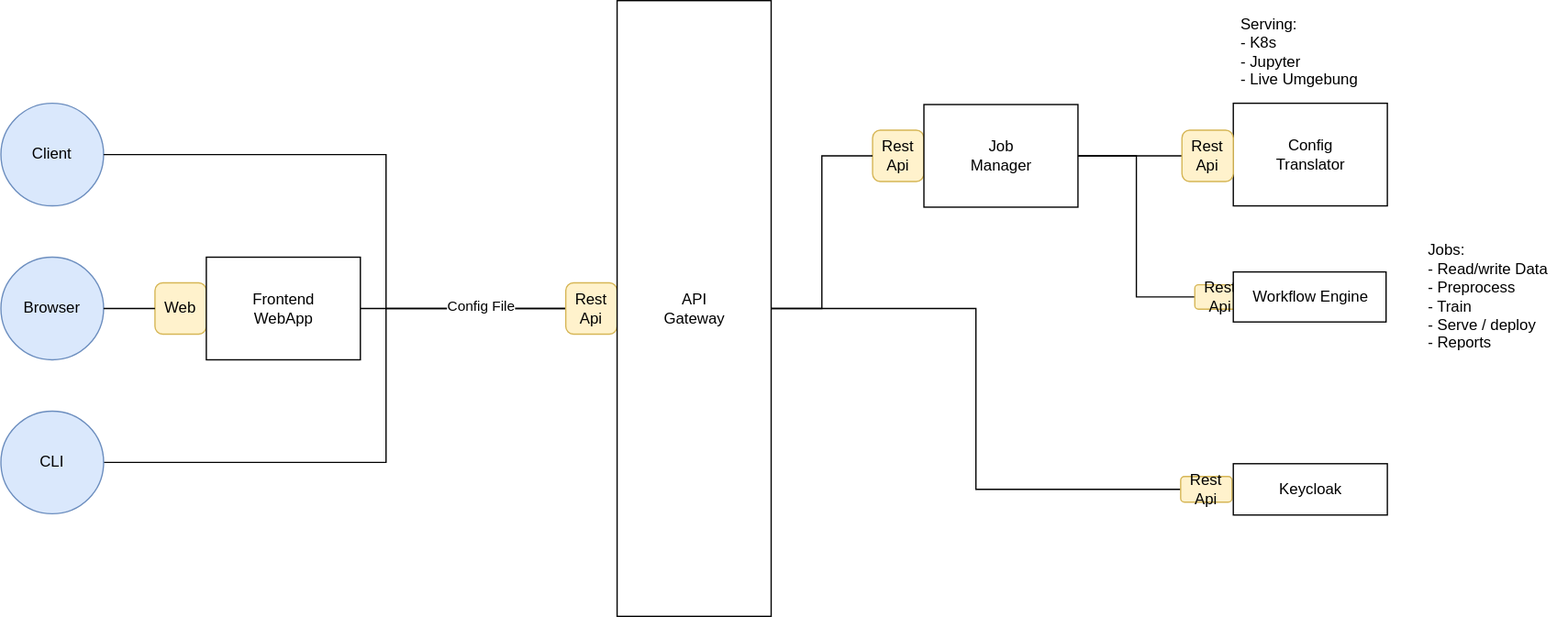
WOGRA-AG/os4ml-docs keeps this draw.io diagram as docs/assets/Os4ML-Services.svg. Above is the earlier version. Source tidied: cells renumbered, new cells last; positions are measured from the earlier drawing's top-left corner, leaving out a move shared by most shapes. Source of this version:
```xml
<mxGraphModel>
  <root>
    <mxCell id="0" />
    <mxCell id="1" parent="0" />
    <mxCell id="2" value="&lt;div&gt;Client&lt;/div&gt;" style="ellipse;whiteSpace=wrap;html=1;fillColor=#dae8fc;strokeColor=#6c8ebf;" parent="1" vertex="1">
      <mxGeometry y="80" width="80" height="80" as="geometry" />
    </mxCell>
    <mxCell id="3" value="Browser" style="ellipse;whiteSpace=wrap;html=1;fillColor=#dae8fc;strokeColor=#6c8ebf;" parent="1" vertex="1">
      <mxGeometry y="200" width="80" height="80" as="geometry" />
    </mxCell>
    <mxCell id="4" value="Web" style="rounded=1;whiteSpace=wrap;html=1;fillColor=#fff2cc;strokeColor=#d6b656;" parent="1" vertex="1">
      <mxGeometry x="120" y="220" width="40" height="40" as="geometry" />
    </mxCell>
    <mxCell id="5" style="endArrow=none;html=1;exitX=1;exitY=0.5;exitDx=0;exitDy=0;entryX=0;entryY=0.5;entryDx=0;entryDy=0;" parent="1" edge="1" source="3" target="4">
      <mxGeometry relative="1" as="geometry" />
    </mxCell>
    <mxCell id="6" style="edgeStyle=orthogonalEdgeStyle;rounded=0;jettySize=auto;html=1;exitX=1;exitY=0.5;exitDx=0;exitDy=0;entryX=0;entryY=0.5;entryDx=0;entryDy=0;endArrow=none;endFill=0;" parent="1" edge="1" source="7" target="14">
      <mxGeometry relative="1" as="geometry" />
    </mxCell>
    <mxCell id="7" value="&lt;div&gt;Frontend&lt;/div&gt;&lt;div&gt;WebApp&lt;br&gt;&lt;/div&gt;" style="html=1;" parent="1" vertex="1">
      <mxGeometry x="160" y="200" width="120" height="80" as="geometry" />
    </mxCell>
    <mxCell id="8" value="&lt;div&gt;Rest&lt;/div&gt;&lt;div&gt;Api&lt;br&gt;&lt;/div&gt;" style="rounded=1;whiteSpace=wrap;html=1;fillColor=#fff2cc;strokeColor=#d6b656;" parent="1" vertex="1">
      <mxGeometry x="679" y="101" width="40" height="40" as="geometry" />
    </mxCell>
    <mxCell id="9" style="edgeStyle=orthogonalEdgeStyle;rounded=0;jettySize=auto;html=1;entryX=0;entryY=0.5;entryDx=0;entryDy=0;endArrow=none;endFill=0;" parent="1" edge="1" source="11" target="21">
      <mxGeometry relative="1" as="geometry" />
    </mxCell>
    <mxCell id="10" style="edgeStyle=orthogonalEdgeStyle;rounded=0;jettySize=auto;html=1;entryX=0;entryY=0.5;entryDx=0;entryDy=0;endArrow=none;endFill=0;" parent="1" edge="1" source="11" target="19">
      <mxGeometry relative="1" as="geometry" />
    </mxCell>
    <mxCell id="11" value="&lt;div&gt;Job&lt;/div&gt;&lt;div&gt;Manager&lt;/div&gt;" style="html=1;" parent="1" vertex="1">
      <mxGeometry x="719" y="81" width="120" height="80" as="geometry" />
    </mxCell>
    <mxCell id="12" style="edgeStyle=orthogonalEdgeStyle;rounded=0;jettySize=auto;html=1;exitX=0;exitY=0.5;exitDx=0;exitDy=0;entryX=1;entryY=0.5;entryDx=0;entryDy=0;endArrow=none;endFill=0;" parent="1" edge="1" source="14" target="2">
      <mxGeometry relative="1" as="geometry">
        <Array as="points">
          <mxPoint x="300" y="240" />
          <mxPoint x="300" y="120" />
        </Array>
      </mxGeometry>
    </mxCell>
    <mxCell id="13" value="Config File" style="edgeLabel;html=1;align=center;verticalAlign=middle;" parent="12" vertex="1">
      <mxGeometry x="-0.55" y="-3" relative="1" as="geometry">
        <mxPoint x="40" as="offset" />
      </mxGeometry>
    </mxCell>
    <mxCell id="14" value="&lt;div&gt;Rest&lt;/div&gt;&lt;div&gt;Api&lt;br&gt;&lt;/div&gt;" style="rounded=1;whiteSpace=wrap;html=1;fillColor=#fff2cc;strokeColor=#d6b656;" parent="1" vertex="1">
      <mxGeometry x="440" y="220" width="40" height="40" as="geometry" />
    </mxCell>
    <mxCell id="15" style="edgeStyle=orthogonalEdgeStyle;rounded=0;jettySize=auto;html=1;entryX=0;entryY=0.5;entryDx=0;entryDy=0;endArrow=none;endFill=0;" parent="1" edge="1" source="17" target="8">
      <mxGeometry relative="1" as="geometry" />
    </mxCell>
    <mxCell id="16" style="edgeStyle=orthogonalEdgeStyle;rounded=0;jettySize=auto;html=1;entryX=0;entryY=0.5;entryDx=0;entryDy=0;endArrow=none;endFill=0;" parent="1" edge="1" source="17" target="22">
      <mxGeometry relative="1" as="geometry" />
    </mxCell>
    <mxCell id="17" value="&lt;div&gt;API&lt;/div&gt;&lt;div&gt;Gateway&lt;br&gt;&lt;/div&gt;" style="html=1;" parent="1" vertex="1">
      <mxGeometry x="480" width="120" height="480" as="geometry" />
    </mxCell>
    <mxCell id="18" value="&lt;div&gt;Config&lt;br&gt;&lt;/div&gt;&lt;div&gt;Translator&lt;br&gt;&lt;/div&gt;" style="html=1;" parent="1" vertex="1">
      <mxGeometry x="960" y="80" width="120" height="80" as="geometry" />
    </mxCell>
    <mxCell id="19" value="&lt;div&gt;Rest&lt;/div&gt;&lt;div&gt;Api&lt;br&gt;&lt;/div&gt;" style="rounded=1;whiteSpace=wrap;html=1;fillColor=#fff2cc;strokeColor=#d6b656;" parent="1" vertex="1">
      <mxGeometry x="930" y="221.5" width="40" height="19" as="geometry" />
    </mxCell>
    <mxCell id="20" value="Workflow Engine" style="html=1;" parent="1" vertex="1">
      <mxGeometry x="960" y="211.5" width="119" height="39" as="geometry" />
    </mxCell>
    <mxCell id="21" value="&lt;div&gt;Rest&lt;/div&gt;&lt;div&gt;Api&lt;br&gt;&lt;/div&gt;" style="rounded=1;whiteSpace=wrap;html=1;fillColor=#fff2cc;strokeColor=#d6b656;" parent="1" vertex="1">
      <mxGeometry x="920" y="101" width="40" height="40" as="geometry" />
    </mxCell>
    <mxCell id="22" value="&lt;div&gt;Rest&lt;/div&gt;&lt;div&gt;Api&lt;br&gt;&lt;/div&gt;" style="rounded=1;whiteSpace=wrap;html=1;fillColor=#fff2cc;strokeColor=#d6b656;" parent="1" vertex="1">
      <mxGeometry x="919" y="371" width="40" height="20" as="geometry" />
    </mxCell>
    <mxCell id="23" value="Keycloak" style="html=1;" parent="1" vertex="1">
      <mxGeometry x="960" y="361" width="120" height="40" as="geometry" />
    </mxCell>
    <mxCell id="24" style="edgeStyle=orthogonalEdgeStyle;rounded=0;jettySize=auto;html=1;endArrow=none;endFill=0;" parent="1" edge="1" source="25">
      <mxGeometry relative="1" as="geometry">
        <mxPoint x="300" y="240" as="targetPoint" />
      </mxGeometry>
    </mxCell>
    <mxCell id="25" value="CLI" style="ellipse;whiteSpace=wrap;html=1;fillColor=#dae8fc;strokeColor=#6c8ebf;" parent="1" vertex="1">
      <mxGeometry y="320" width="80" height="80" as="geometry" />
    </mxCell>
    <mxCell id="26" value="&lt;div align=&quot;left&quot;&gt;Jobs:&lt;/div&gt;&lt;div align=&quot;left&quot;&gt;- Read/write Data&lt;/div&gt;&lt;div align=&quot;left&quot;&gt;- Preprocess&lt;/div&gt;&lt;div align=&quot;left&quot;&gt;- Train&lt;/div&gt;&lt;div align=&quot;left&quot;&gt;- Serve / deploy&lt;br&gt;&lt;/div&gt;&lt;div align=&quot;left&quot;&gt;- Reports&lt;br&gt;&lt;/div&gt;" style="text;html=1;align=left;verticalAlign=middle;strokeColor=none;fillColor=none;" parent="1" vertex="1">
      <mxGeometry x="1110" y="186" width="110" height="90" as="geometry" />
    </mxCell>
    <mxCell id="27" value="&lt;div align=&quot;left&quot;&gt;Serving:&lt;/div&gt;- K8s&lt;br&gt;- Jupyter&lt;br&gt;- Live Umgebung" style="text;html=1;align=left;verticalAlign=middle;strokeColor=none;fillColor=none;rotation=0;" parent="1" vertex="1">
      <mxGeometry x="964" y="10" width="110" height="60" as="geometry" />
    </mxCell>
  </root>
</mxGraphModel>
```
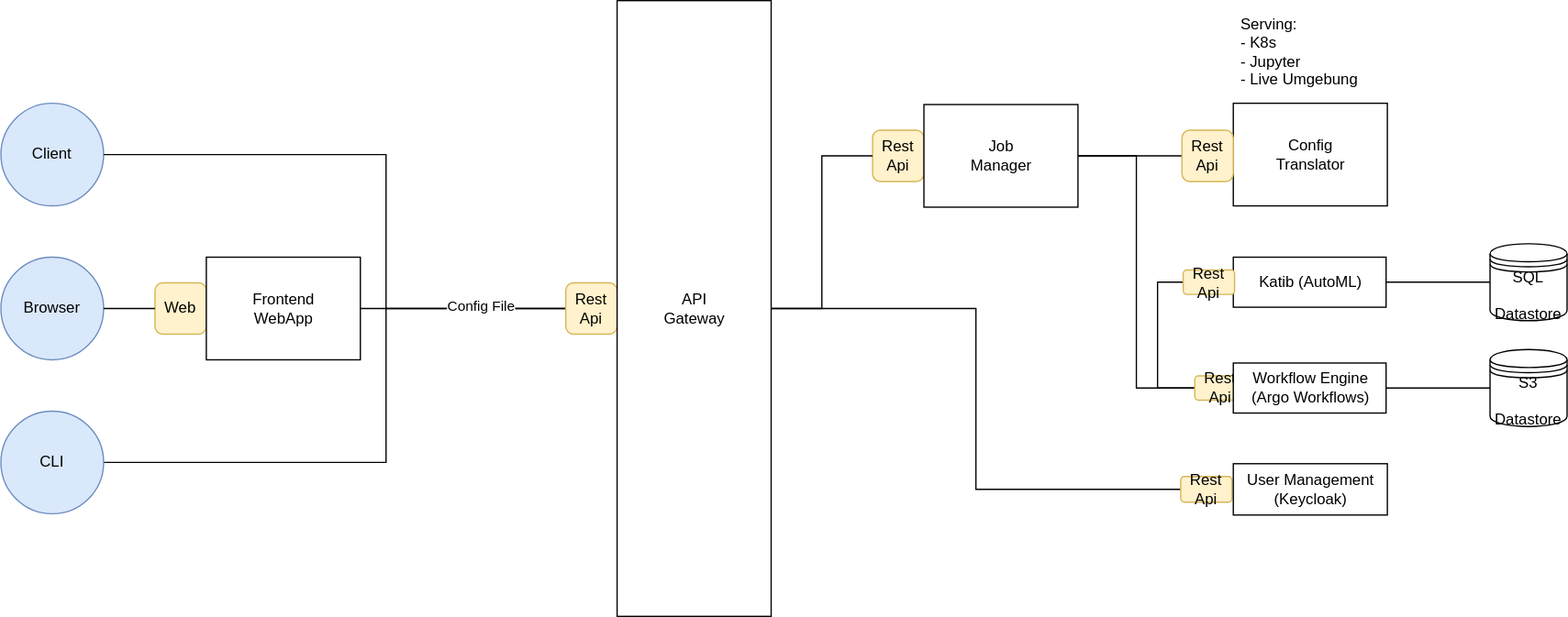
The same file after the commit.

Commit message:
update services diagram

Diff of the diagram source:
```diff
@@ -60,11 +60,17 @@
     <mxCell id="18" value="&lt;div&gt;Config&lt;br&gt;&lt;/div&gt;&lt;div&gt;Translator&lt;br&gt;&lt;/div&gt;" style="html=1;" parent="1" vertex="1">
       <mxGeometry x="960" y="80" width="120" height="80" as="geometry" />
     </mxCell>
+    <mxCell id="28" style="edgeStyle=orthogonalEdgeStyle;rounded=0;jettySize=auto;html=1;exitX=0;exitY=0.5;exitDx=0;exitDy=0;entryX=0;entryY=0.5;entryDx=0;entryDy=0;endArrow=none;endFill=0;" parent="1" edge="1" source="19" target="33">
+      <mxGeometry relative="1" as="geometry" />
+    </mxCell>
     <mxCell id="19" value="&lt;div&gt;Rest&lt;/div&gt;&lt;div&gt;Api&lt;br&gt;&lt;/div&gt;" style="rounded=1;whiteSpace=wrap;html=1;fillColor=#fff2cc;strokeColor=#d6b656;" parent="1" vertex="1">
-      <mxGeometry x="930" y="221.5" width="40" height="19" as="geometry" />
+      <mxGeometry x="930" y="292.5" width="40" height="19" as="geometry" />
     </mxCell>
+    <mxCell id="29" style="edgeStyle=orthogonalEdgeStyle;rounded=0;jettySize=auto;html=1;entryX=0;entryY=0.5;entryDx=0;entryDy=0;endArrow=none;endFill=0;" parent="1" edge="1" source="20" target="30">
+      <mxGeometry relative="1" as="geometry" />
+    </mxCell>
-    <mxCell id="20" value="Workflow Engine" style="html=1;" parent="1" vertex="1">
-      <mxGeometry x="960" y="211.5" width="119" height="39" as="geometry" />
+    <mxCell id="20" value="&lt;div&gt;Workflow Engine&lt;/div&gt;&lt;div&gt;(Argo Workflows)&lt;br&gt;&lt;/div&gt;" style="html=1;" parent="1" vertex="1">
+      <mxGeometry x="960" y="282.5" width="119" height="39" as="geometry" />
     </mxCell>
     <mxCell id="21" value="&lt;div&gt;Rest&lt;/div&gt;&lt;div&gt;Api&lt;br&gt;&lt;/div&gt;" style="rounded=1;whiteSpace=wrap;html=1;fillColor=#fff2cc;strokeColor=#d6b656;" parent="1" vertex="1">
       <mxGeometry x="920" y="101" width="40" height="40" as="geometry" />
@@ -72,7 +78,7 @@
     <mxCell id="22" value="&lt;div&gt;Rest&lt;/div&gt;&lt;div&gt;Api&lt;br&gt;&lt;/div&gt;" style="rounded=1;whiteSpace=wrap;html=1;fillColor=#fff2cc;strokeColor=#d6b656;" parent="1" vertex="1">
       <mxGeometry x="919" y="371" width="40" height="20" as="geometry" />
     </mxCell>
-    <mxCell id="23" value="Keycloak" style="html=1;" parent="1" vertex="1">
+    <mxCell id="23" value="&lt;div&gt;User Management&lt;/div&gt;(Keycloak)" style="html=1;" parent="1" vertex="1">
       <mxGeometry x="960" y="361" width="120" height="40" as="geometry" />
     </mxCell>
     <mxCell id="24" style="edgeStyle=orthogonalEdgeStyle;rounded=0;jettySize=auto;html=1;endArrow=none;endFill=0;" parent="1" edge="1" source="25">
@@ -83,11 +89,23 @@
     <mxCell id="25" value="CLI" style="ellipse;whiteSpace=wrap;html=1;fillColor=#dae8fc;strokeColor=#6c8ebf;" parent="1" vertex="1">
       <mxGeometry y="320" width="80" height="80" as="geometry" />
     </mxCell>
-    <mxCell id="26" value="&lt;div align=&quot;left&quot;&gt;Jobs:&lt;/div&gt;&lt;div align=&quot;left&quot;&gt;- Read/write Data&lt;/div&gt;&lt;div align=&quot;left&quot;&gt;- Preprocess&lt;/div&gt;&lt;div align=&quot;left&quot;&gt;- Train&lt;/div&gt;&lt;div align=&quot;left&quot;&gt;- Serve / deploy&lt;br&gt;&lt;/div&gt;&lt;div align=&quot;left&quot;&gt;- Reports&lt;br&gt;&lt;/div&gt;" style="text;html=1;align=left;verticalAlign=middle;strokeColor=none;fillColor=none;" parent="1" vertex="1">
-      <mxGeometry x="1110" y="186" width="110" height="90" as="geometry" />
-    </mxCell>
     <mxCell id="27" value="&lt;div align=&quot;left&quot;&gt;Serving:&lt;/div&gt;- K8s&lt;br&gt;- Jupyter&lt;br&gt;- Live Umgebung" style="text;html=1;align=left;verticalAlign=middle;strokeColor=none;fillColor=none;rotation=0;" parent="1" vertex="1">
       <mxGeometry x="964" y="10" width="110" height="60" as="geometry" />
     </mxCell>
+    <mxCell id="30" value="&lt;div&gt;S3&lt;/div&gt;&lt;div&gt;&lt;br&gt;&lt;/div&gt;&lt;div&gt;Datastore&lt;br&gt;&lt;/div&gt;" style="shape=datastore;whiteSpace=wrap;html=1;" parent="1" vertex="1">
+      <mxGeometry x="1160" y="272" width="60" height="60" as="geometry" />
+    </mxCell>
+    <mxCell id="31" style="edgeStyle=orthogonalEdgeStyle;rounded=0;jettySize=auto;html=1;entryX=0;entryY=0.5;entryDx=0;entryDy=0;endArrow=none;endFill=0;" parent="1" edge="1" source="32" target="34">
+      <mxGeometry relative="1" as="geometry" />
+    </mxCell>
+    <mxCell id="32" value="Katib (AutoML)" style="html=1;" parent="1" vertex="1">
+      <mxGeometry x="960" y="200" width="119" height="39" as="geometry" />
+    </mxCell>
+    <mxCell id="33" value="&lt;div&gt;Rest&lt;/div&gt;&lt;div&gt;Api&lt;br&gt;&lt;/div&gt;" style="rounded=1;whiteSpace=wrap;html=1;fillColor=#fff2cc;strokeColor=#d6b656;" parent="1" vertex="1">
+      <mxGeometry x="921" y="210" width="40" height="19" as="geometry" />
+    </mxCell>
+    <mxCell id="34" value="&lt;div&gt;SQL&lt;/div&gt;&lt;div&gt;&lt;br&gt;&lt;/div&gt;&lt;div&gt;Datastore&lt;br&gt;&lt;/div&gt;" style="shape=datastore;whiteSpace=wrap;html=1;" parent="1" vertex="1">
+      <mxGeometry x="1160" y="189.5" width="60" height="60" as="geometry" />
+    </mxCell>
   </root>
 </mxGraphModel>
```
